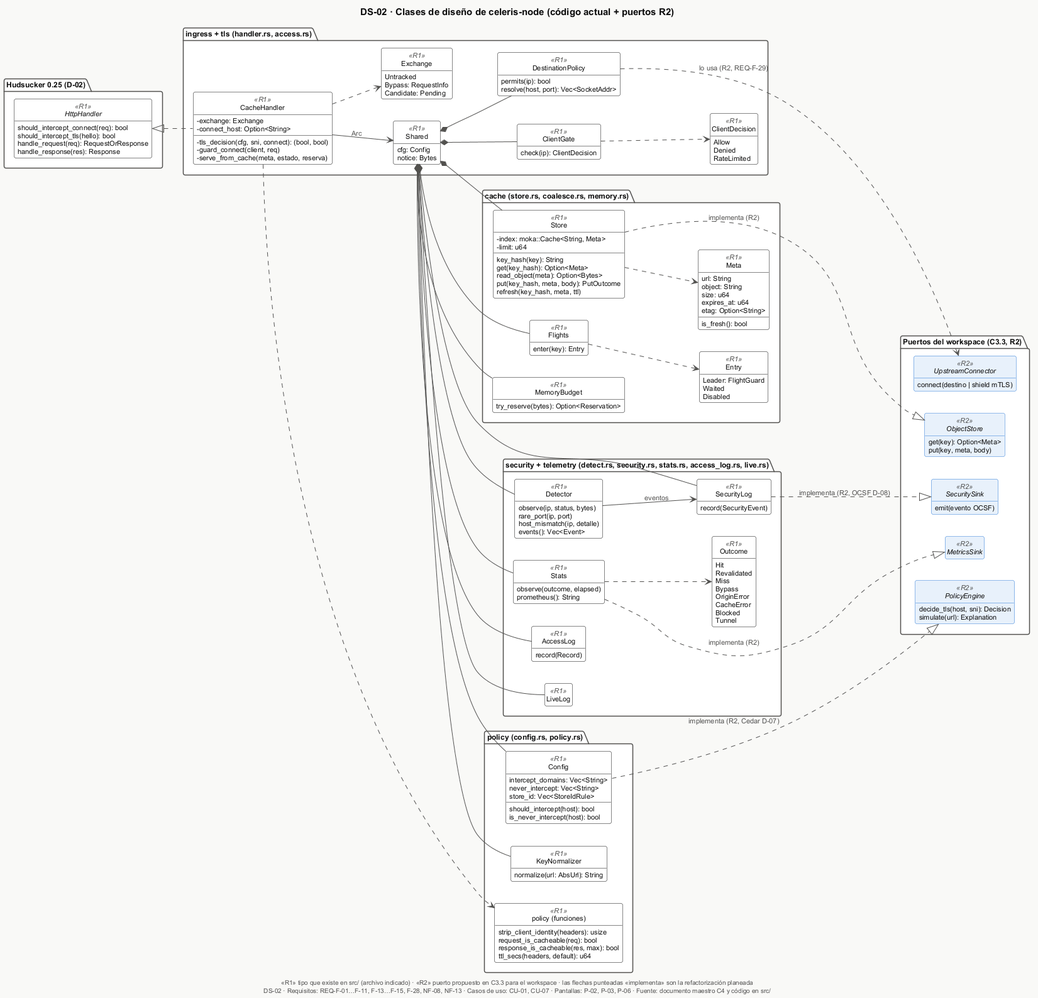
Earlier version of the PlantUML export docs/software/e1/diagramas/png/DS-02-clases-nodo.png (Nick-Saim-MJ/Project-Celeris). Source of this version:
```plantuml
@startuml DS-02-clases-nodo
!include _estilo.iuml
title DS-02 · Clases de diseño de celeris-node (código actual + puertos R2)
caption «R1» tipo que existe en src/ (archivo indicado) · «R2» puerto propuesto en C3.3 para el workspace · las flechas punteadas «implementa» son la refactorización planeada
left to right direction

package "Hudsucker 0.25 (D-02)" {
  interface HttpHandler <<R1>> {
    should_intercept_connect(req): bool
    should_intercept_tls(hello): bool
    handle_request(req): RequestOrResponse
    handle_response(res): Response
  }
}

package "ingress + tls (handler.rs, access.rs)" {
  class CacheHandler <<R1>> {
    -exchange: Exchange
    -connect_host: Option<String>
    -tls_decision(cfg, sni, connect): (bool, bool)
    -guard_connect(client, req)
    -serve_from_cache(meta, estado, reserva)
  }
  class Shared <<R1>> {
    cfg: Config
    notice: Bytes
  }
  class ClientGate <<R1>> {
    check(ip): ClientDecision
  }
  class DestinationPolicy <<R1>> {
    permits(ip): bool
    resolve(host, port): Vec<SocketAddr>
  }
  enum ClientDecision <<R1>> {
    Allow
    Denied
    RateLimited
  }
  enum Exchange <<R1>> {
    Untracked
    Bypass: RequestInfo
    Candidate: Pending
  }
}

package "policy (config.rs, policy.rs)" {
  class Config <<R1>> {
    intercept_domains: Vec<String>
    never_intercept: Vec<String>
    store_id: Vec<StoreIdRule>
    should_intercept(host): bool
    is_never_intercept(host): bool
  }
  class KeyNormalizer <<R1>> {
    normalize(url: AbsUrl): String
  }
  class "policy (funciones)" as PolicyFns <<R1>> {
    strip_client_identity(headers): usize
    request_is_cacheable(req): bool
    response_is_cacheable(res, max): bool
    ttl_secs(headers, default): u64
  }
}

package "cache (store.rs, coalesce.rs, memory.rs)" {
  class Store <<R1>> {
    -index: moka::Cache<String, Meta>
    -limit: u64
    key_hash(key): String
    get(key_hash): Option<Meta>
    read_object(meta): Option<Bytes>
    put(key_hash, meta, body): PutOutcome
    refresh(key_hash, meta, ttl)
  }
  class Meta <<R1>> {
    url: String
    object: String
    size: u64
    expires_at: u64
    etag: Option<String>
    is_fresh(): bool
  }
  class Flights <<R1>> {
    enter(key): Entry
  }
  enum Entry <<R1>> {
    Leader: FlightGuard
    Waited
    Disabled
  }
  class MemoryBudget <<R1>> {
    try_reserve(bytes): Option<Reservation>
  }
}

package "security + telemetry (detect.rs, security.rs, stats.rs, access_log.rs, live.rs)" {
  class Detector <<R1>> {
    observe(ip, status, bytes)
    rare_port(ip, port)
    host_mismatch(ip, detalle)
    events(): Vec<Event>
  }
  class SecurityLog <<R1>> {
    record(SecurityEvent)
  }
  class Stats <<R1>> {
    observe(outcome, elapsed)
    prometheus(): String
  }
  class AccessLog <<R1>> {
    record(Record)
  }
  class LiveLog <<R1>>
  enum Outcome <<R1>> {
    Hit
    Revalidated
    Miss
    Bypass
    OriginError
    CacheError
    Blocked
    Tunnel
  }
}

package "Puertos del workspace (C3.3, R2)" {
  interface PolicyEngine <<R2>> {
    decide_tls(host, sni): Decision
    simulate(url): Explanation
  }
  interface ObjectStore <<R2>> {
    get(key): Option<Meta>
    put(key, meta, body)
  }
  interface SecuritySink <<R2>> {
    emit(evento OCSF)
  }
  interface MetricsSink <<R2>>
  interface UpstreamConnector <<R2>> {
    connect(destino | shield mTLS)
  }
}

HttpHandler <|.. CacheHandler
CacheHandler --> Shared : Arc
CacheHandler ..> Exchange
Shared *-- Config
Shared *-- KeyNormalizer
Shared *-- ClientGate
Shared *-- DestinationPolicy
Shared *-- Store
Shared *-- Flights
Shared *-- MemoryBudget
Shared *-- AccessLog
Shared o-- Detector
Shared o-- SecurityLog
Shared o-- Stats
Shared o-- LiveLog
ClientGate ..> ClientDecision
Store ..> Meta
Flights ..> Entry
Detector --> SecurityLog : eventos
Stats ..> Outcome
CacheHandler ..> PolicyFns

Config ..|> PolicyEngine : implementa (R2, Cedar D-07)
Store ..|> ObjectStore : implementa (R2)
SecurityLog ..|> SecuritySink : implementa (R2, OCSF D-08)
Stats ..|> MetricsSink : implementa (R2)
DestinationPolicy ..> UpstreamConnector : lo usa (R2, REQ-F-29)

$pie("DS-02", "REQ-F-01…F-11, F-13…F-15, F-28, NF-08, NF-13", "CU-01, CU-07", "P-02, P-03, P-06")
@enduml
```
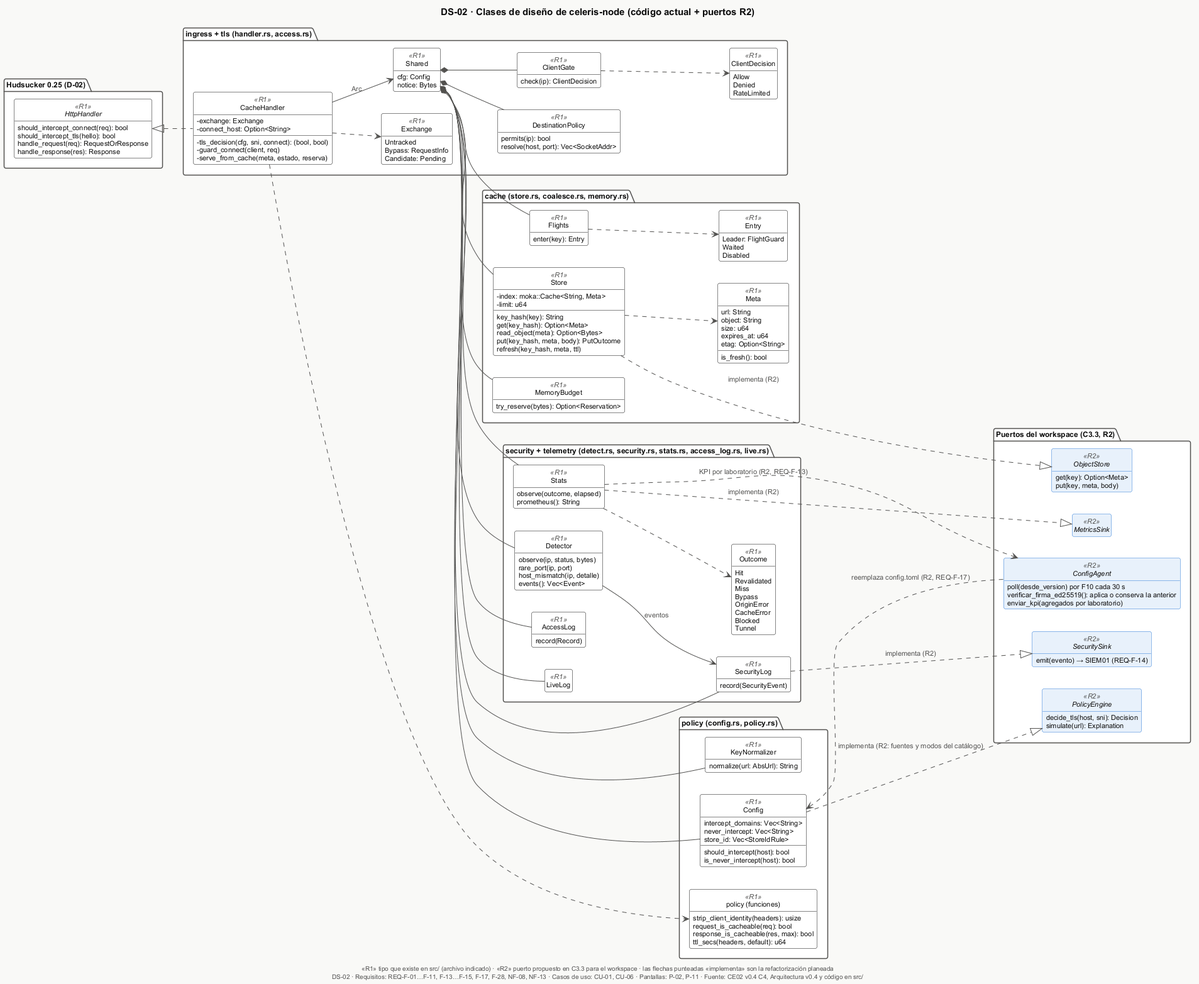
After the commit.

Change to the diagram source:
```diff
@@ -134,11 +134,13 @@
     put(key, meta, body)
   }
   interface SecuritySink <<R2>> {
-    emit(evento OCSF)
+    emit(evento) → SIEM01 (REQ-F-14)
   }
   interface MetricsSink <<R2>>
-  interface UpstreamConnector <<R2>> {
-    connect(destino | shield mTLS)
+  interface ConfigAgent <<R2>> {
+    poll(desde_version) por F10 cada 30 s
+    verificar_firma_ed25519(): aplica o conserva la anterior
+    enviar_kpi(agregados por laboratorio)
   }
 }
 
@@ -164,11 +166,12 @@
 Stats ..> Outcome
 CacheHandler ..> PolicyFns
 
-Config ..|> PolicyEngine : implementa (R2, Cedar D-07)
+Config ..|> PolicyEngine : implementa (R2: fuentes y modos del catálogo)
 Store ..|> ObjectStore : implementa (R2)
-SecurityLog ..|> SecuritySink : implementa (R2, OCSF D-08)
+SecurityLog ..|> SecuritySink : implementa (R2)
 Stats ..|> MetricsSink : implementa (R2)
-DestinationPolicy ..> UpstreamConnector : lo usa (R2, REQ-F-29)
+ConfigAgent ..> Config : reemplaza config.toml (R2, REQ-F-17)
+Stats ..> ConfigAgent : KPI por laboratorio (R2, REQ-F-13)
 
-$pie("DS-02", "REQ-F-01…F-11, F-13…F-15, F-28, NF-08, NF-13", "CU-01, CU-07", "P-02, P-03, P-06")
+$pie("DS-02", "REQ-F-01…F-11, F-13…F-15, F-17, F-28, NF-08, NF-13", "CU-01, CU-06", "P-02, P-11")
 @enduml
```
